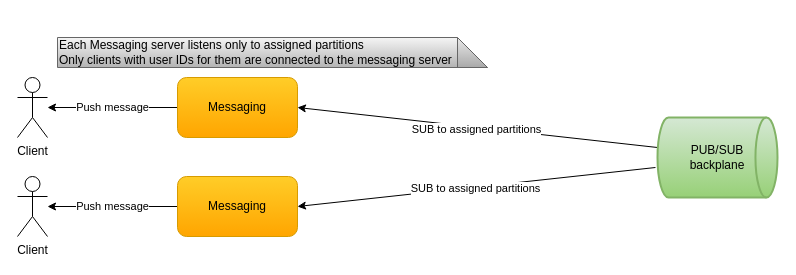
Earlier version of the draw.io diagram docs/diagrams/cecochat-03-message-receive.drawio (cvetomir-todorov/CecoChat). Source tidied: cells renumbered, new cells numbered last; positions are measured from the earlier drawing's top-left corner, leaving out a move shared by most shapes. Both pictures are drawn from the tidied source at 100%, with x=0, y=0 at pixel (17, 37).
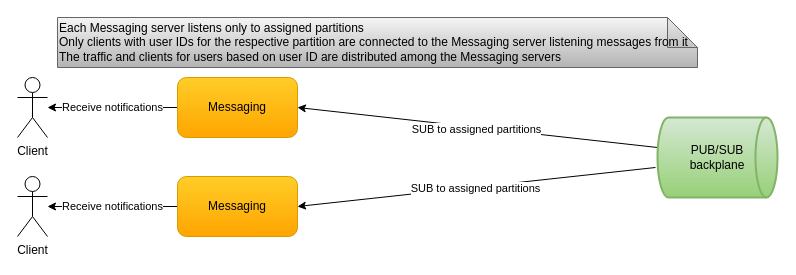
The same page after the edit.

What changed in the source:
```diff
@@
 <mxGraphModel>
   <root>
     <mxCell id="0" />
     <mxCell id="1" parent="0" />
-    <mxCell id="2" value="Push message" style="edgeStyle=orthogonalEdgeStyle;rounded=0;jettySize=auto;html=1;entryX=0;entryY=0.5;entryDx=0;entryDy=0;startArrow=classic;startFill=1;endArrow=none;endFill=0;" parent="1" edge="1" source="3" target="7">
+    <mxCell id="2" value="Receive notifications" style="edgeStyle=orthogonalEdgeStyle;rounded=0;jettySize=auto;html=1;entryX=0;entryY=0.5;entryDx=0;entryDy=0;startArrow=classic;startFill=1;endArrow=none;endFill=0;" parent="1" edge="1" source="3" target="7">
       <mxGeometry relative="1" as="geometry" />
     </mxCell>
     <mxCell id="3" value="Client" style="shape=umlActor;verticalLabelPosition=bottom;verticalAlign=top;html=1;outlineConnect=0;" parent="1" vertex="1">
       <mxGeometry y="40" width="30" height="60" as="geometry" />
     </mxCell>
-    <mxCell id="4" value="Push message" style="edgeStyle=orthogonalEdgeStyle;rounded=0;jettySize=auto;html=1;entryX=0;entryY=0.5;entryDx=0;entryDy=0;startArrow=classic;startFill=1;endArrow=none;endFill=0;" parent="1" edge="1" source="5" target="10">
+    <mxCell id="4" value="Receive notifications" style="edgeStyle=orthogonalEdgeStyle;rounded=0;jettySize=auto;html=1;entryX=0;entryY=0.5;entryDx=0;entryDy=0;startArrow=classic;startFill=1;endArrow=none;endFill=0;" parent="1" edge="1" source="5" target="10">
       <mxGeometry relative="1" as="geometry" />
     </mxCell>
     <mxCell id="5" value="Client" style="shape=umlActor;verticalLabelPosition=bottom;verticalAlign=top;html=1;outlineConnect=0;" parent="1" vertex="1">
       <mxGeometry y="139" width="30" height="60" as="geometry" />
     </mxCell>
     <mxCell id="6" value="SUB to assigned partitions" style="rounded=0;jettySize=auto;html=1;entryX=0;entryY=0.375;entryDx=0;entryDy=0;entryPerimeter=0;startArrow=classic;startFill=1;exitX=1;exitY=0.5;exitDx=0;exitDy=0;endArrow=none;endFill=0;" parent="1" edge="1" source="7" target="8">
       <mxGeometry y="-2" relative="1" as="geometry">
         <mxPoint x="-1" as="offset" />
       </mxGeometry>
     </mxCell>
     <mxCell id="7" value="&lt;font style=&quot;font-size: 12px&quot;&gt;Messaging&lt;/font&gt;" style="rounded=1;whiteSpace=wrap;html=1;gradientColor=#ffa500;fillColor=#ffcd28;strokeColor=#d79b00;" parent="1" vertex="1">
       <mxGeometry x="160" y="40" width="120" height="60" as="geometry" />
     </mxCell>
     <mxCell id="8" value="PUB/SUB&lt;br&gt;backplane" style="strokeWidth=2;html=1;shape=mxgraph.flowchart.direct_data;whiteSpace=wrap;gradientColor=#97d077;fillColor=#d5e8d4;strokeColor=#82b366;" parent="1" vertex="1">
       <mxGeometry x="640" y="80" width="120" height="80" as="geometry" />
     </mxCell>
-    <mxCell id="9" value="Each Messaging server listens only to assigned partitions&lt;br&gt;Only clients with user IDs for them are connected to the messaging server" style="shape=note;whiteSpace=wrap;html=1;backgroundOutline=1;darkOpacity=0.05;align=left;gradientColor=#b3b3b3;fillColor=#f5f5f5;strokeColor=#666666;" parent="1" vertex="1">
-      <mxGeometry x="40" width="430" height="30" as="geometry" />
+    <mxCell id="9" value="Each Messaging server listens only to assigned partitions&lt;br&gt;Only clients with user IDs for the respective partition are connected to the Messaging server listening messages from it&lt;br&gt;The traffic and clients for users based on user ID are distributed among the Messaging servers" style="shape=note;whiteSpace=wrap;html=1;backgroundOutline=1;darkOpacity=0.05;align=left;gradientColor=#b3b3b3;fillColor=#f5f5f5;strokeColor=#666666;" parent="1" vertex="1">
+      <mxGeometry x="40" y="-20" width="640" height="50" as="geometry" />
     </mxCell>
     <mxCell id="10" value="&lt;font style=&quot;font-size: 12px&quot;&gt;Messaging&lt;/font&gt;" style="rounded=1;whiteSpace=wrap;html=1;gradientColor=#ffa500;fillColor=#ffcd28;strokeColor=#d79b00;" parent="1" vertex="1">
       <mxGeometry x="160" y="139" width="120" height="60" as="geometry" />
     </mxCell>
     <mxCell id="11" value="SUB to assigned partitions" style="rounded=0;jettySize=auto;html=1;entryX=-0.017;entryY=0.625;entryDx=0;entryDy=0;entryPerimeter=0;startArrow=classic;startFill=1;exitX=1;exitY=0.5;exitDx=0;exitDy=0;endArrow=none;endFill=0;" parent="1" edge="1" source="10" target="8">
       <mxGeometry y="-2" relative="1" as="geometry">
         <mxPoint x="-1" as="offset" />
       </mxGeometry>
     </mxCell>
   </root>
 </mxGraphModel>
```
